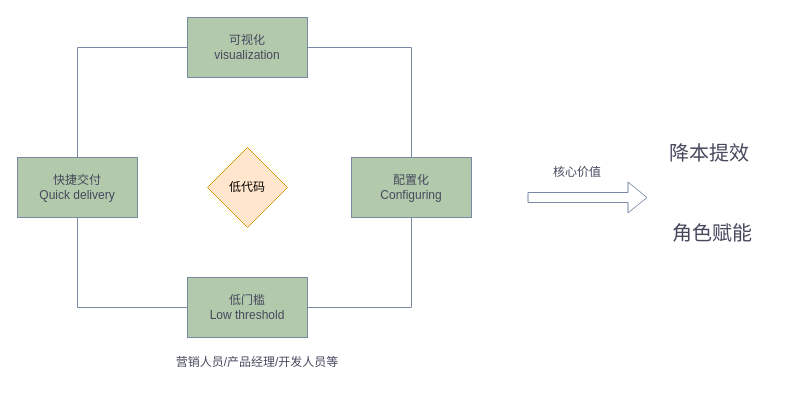
This is ppt项目背景.drawio from yuxinyu12345/diagrams, a draw.io file, before an edit. Source tidied: cells renumbered, new cells numbered last; positions are measured from the earlier drawing's top-left corner, leaving out a move shared by most shapes. Both pictures are drawn from the tidied source at 100%, with x=0, y=0 at pixel (17, 17).
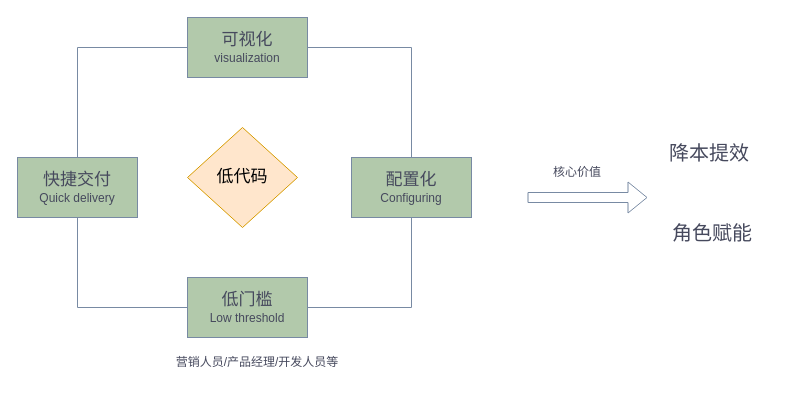
The same diagram, later.

Commit message (it also covers changes not shown here):
更新ppt项目背景.drawio

What changed in the source:
```diff
@@
 <mxGraphModel>
   <root>
     <mxCell id="0" />
     <mxCell id="1" parent="0" />
     <mxCell id="2" style="edgeStyle=orthogonalEdgeStyle;rounded=0;jettySize=auto;html=1;exitX=0;exitY=0.5;exitDx=0;exitDy=0;strokeColor=#788AA3;fontColor=#46495D;fillColor=#B2C9AB;endArrow=none;endFill=0;" parent="1" edge="1" source="4" target="6">
       <mxGeometry relative="1" as="geometry" />
     </mxCell>
     <mxCell id="3" style="edgeStyle=orthogonalEdgeStyle;rounded=0;jettySize=auto;html=1;exitX=1;exitY=0.5;exitDx=0;exitDy=0;strokeColor=#788AA3;fontColor=#46495D;fillColor=#B2C9AB;endArrow=none;endFill=0;" parent="1" edge="1" source="4" target="9">
       <mxGeometry relative="1" as="geometry" />
     </mxCell>
-    <mxCell id="4" value="可视化&lt;div&gt;&lt;div&gt;visualization&lt;/div&gt;&lt;/div&gt;" style="rounded=0;whiteSpace=wrap;html=1;labelBackgroundColor=none;fillColor=#B2C9AB;strokeColor=#788AA3;fontColor=#46495D;" parent="1" vertex="1">
+    <mxCell id="4" value="&lt;font style=&quot;font-size: 17px;&quot;&gt;可视化&lt;/font&gt;&lt;div&gt;&lt;div&gt;visualization&lt;/div&gt;&lt;/div&gt;" style="rounded=0;whiteSpace=wrap;html=1;labelBackgroundColor=none;fillColor=#B2C9AB;strokeColor=#788AA3;fontColor=#46495D;" parent="1" vertex="1">
       <mxGeometry x="170" width="120" height="60" as="geometry" />
     </mxCell>
     <mxCell id="5" style="edgeStyle=orthogonalEdgeStyle;rounded=0;jettySize=auto;html=1;exitX=0.5;exitY=1;exitDx=0;exitDy=0;entryX=0;entryY=0.5;entryDx=0;entryDy=0;strokeColor=#788AA3;fontColor=#46495D;fillColor=#B2C9AB;endArrow=none;endFill=0;" parent="1" edge="1" source="6" target="7">
       <mxGeometry relative="1" as="geometry" />
     </mxCell>
-    <mxCell id="6" value="快捷交付&lt;div&gt;Quick delivery&lt;br&gt;&lt;/div&gt;" style="rounded=0;whiteSpace=wrap;html=1;labelBackgroundColor=none;fillColor=#B2C9AB;strokeColor=#788AA3;fontColor=#46495D;" parent="1" vertex="1">
+    <mxCell id="6" value="&lt;font style=&quot;font-size: 17px;&quot;&gt;快捷交付&lt;/font&gt;&lt;div&gt;Quick delivery&lt;br&gt;&lt;/div&gt;" style="rounded=0;whiteSpace=wrap;html=1;labelBackgroundColor=none;fillColor=#B2C9AB;strokeColor=#788AA3;fontColor=#46495D;" parent="1" vertex="1">
       <mxGeometry y="140" width="120" height="60" as="geometry" />
     </mxCell>
-    <mxCell id="7" value="&lt;div&gt;低门槛&lt;/div&gt;&lt;div&gt;Low threshold&lt;br&gt;&lt;/div&gt;" style="rounded=0;whiteSpace=wrap;html=1;labelBackgroundColor=none;fillColor=#B2C9AB;strokeColor=#788AA3;fontColor=#46495D;" parent="1" vertex="1">
+    <mxCell id="7" value="&lt;div&gt;&lt;font style=&quot;font-size: 17px;&quot;&gt;低门槛&lt;/font&gt;&lt;/div&gt;&lt;div&gt;Low threshold&lt;br&gt;&lt;/div&gt;" style="rounded=0;whiteSpace=wrap;html=1;labelBackgroundColor=none;fillColor=#B2C9AB;strokeColor=#788AA3;fontColor=#46495D;" parent="1" vertex="1">
       <mxGeometry x="170" y="260" width="120" height="60" as="geometry" />
     </mxCell>
     <mxCell id="8" style="edgeStyle=orthogonalEdgeStyle;rounded=0;jettySize=auto;html=1;exitX=0.5;exitY=1;exitDx=0;exitDy=0;entryX=1;entryY=0.5;entryDx=0;entryDy=0;strokeColor=#788AA3;fontColor=#46495D;fillColor=#B2C9AB;endArrow=none;endFill=0;" parent="1" edge="1" source="9" target="7">
       <mxGeometry relative="1" as="geometry" />
     </mxCell>
-    <mxCell id="9" value="配置化&lt;div&gt;Configuring&lt;br&gt;&lt;/div&gt;" style="rounded=0;whiteSpace=wrap;html=1;labelBackgroundColor=none;fillColor=#B2C9AB;strokeColor=#788AA3;fontColor=#46495D;" parent="1" vertex="1">
+    <mxCell id="9" value="&lt;font style=&quot;font-size: 17px;&quot;&gt;配置化&lt;/font&gt;&lt;div&gt;Configuring&lt;br&gt;&lt;/div&gt;" style="rounded=0;whiteSpace=wrap;html=1;labelBackgroundColor=none;fillColor=#B2C9AB;strokeColor=#788AA3;fontColor=#46495D;" parent="1" vertex="1">
       <mxGeometry x="334" y="140" width="120" height="60" as="geometry" />
     </mxCell>
-    <mxCell id="10" value="低代码" style="rhombus;whiteSpace=wrap;html=1;fillColor=#ffe6cc;strokeColor=#d79b00;labelBackgroundColor=none;" parent="1" vertex="1">
-      <mxGeometry x="190" y="130" width="80" height="80" as="geometry" />
+    <mxCell id="10" value="&lt;font style=&quot;font-size: 17px;&quot;&gt;低代码&lt;/font&gt;" style="rhombus;whiteSpace=wrap;html=1;fillColor=#ffe6cc;strokeColor=#d79b00;labelBackgroundColor=none;" parent="1" vertex="1">
+      <mxGeometry x="170" y="110" width="110" height="100" as="geometry" />
     </mxCell>
     <mxCell id="11" value="营销人员/产品经理/开发人员等" style="text;html=1;align=center;verticalAlign=middle;whiteSpace=wrap;rounded=0;labelBackgroundColor=none;fontColor=#46495D;" parent="1" vertex="1">
       <mxGeometry x="140" y="330" width="200" height="30" as="geometry" />
     </mxCell>
     <mxCell id="12" style="shape=flexArrow;endArrow=classic;html=1;rounded=0;labelBackgroundColor=none;strokeColor=#788AA3;fontColor=default;" parent="1" edge="1">
       <mxGeometry relative="1" as="geometry">
         <mxPoint x="510" y="180" as="sourcePoint" />
         <mxPoint x="630" y="180" as="targetPoint" />
       </mxGeometry>
     </mxCell>
     <mxCell id="13" value="核心价值" style="text;html=1;align=center;verticalAlign=middle;whiteSpace=wrap;rounded=0;labelBackgroundColor=none;fontColor=#46495D;" parent="1" vertex="1">
       <mxGeometry x="530" y="140" width="60" height="30" as="geometry" />
     </mxCell>
     <mxCell id="14" value="降本提效" style="text;html=1;align=center;verticalAlign=middle;whiteSpace=wrap;rounded=0;fontSize=20;fontColor=#46495D;labelBackgroundColor=none;" parent="1" vertex="1">
       <mxGeometry x="637" y="120" width="110" height="30" as="geometry" />
     </mxCell>
     <mxCell id="15" value="角色赋能" style="text;html=1;align=center;verticalAlign=middle;whiteSpace=wrap;rounded=0;fontSize=20;fontColor=#46495D;labelBackgroundColor=none;" parent="1" vertex="1">
       <mxGeometry x="640" y="200" width="110" height="30" as="geometry" />
     </mxCell>
     <mxCell id="16" style="edgeStyle=orthogonalEdgeStyle;rounded=0;orthogonalLoop=1;jettySize=auto;html=1;exitX=0.5;exitY=1;exitDx=0;exitDy=0;labelBackgroundColor=none;strokeColor=#788AA3;fontColor=default;" parent="1" edge="1" source="15" target="15">
       <mxGeometry relative="1" as="geometry" />
     </mxCell>
   </root>
 </mxGraphModel>
```
